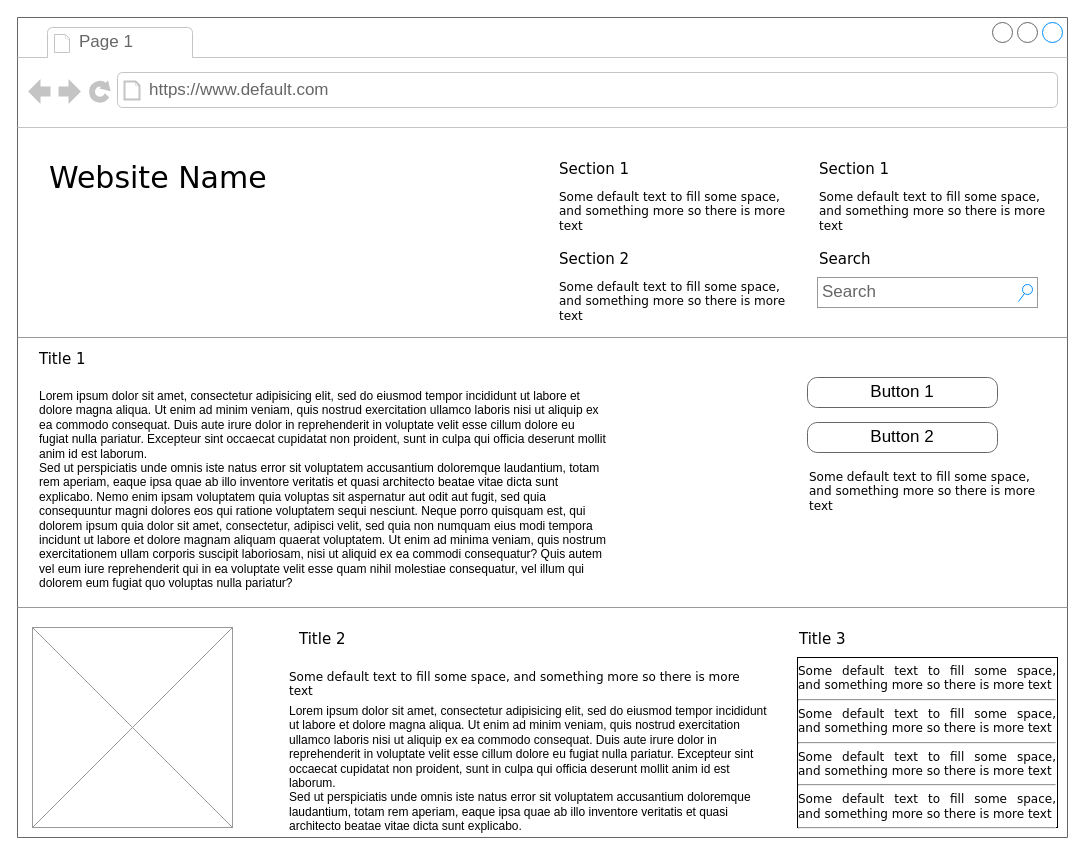
The draw.io diagram design/Homepage.drawio in fplan026/django-autogrem, before the edit. Source tidied: cells renumbered, new cells numbered last; positions are measured from the earlier drawing's top-left corner, leaving out a move shared by most shapes. Both pictures are drawn from the tidied source at 100%, with x=0, y=0 at pixel (17, 17).
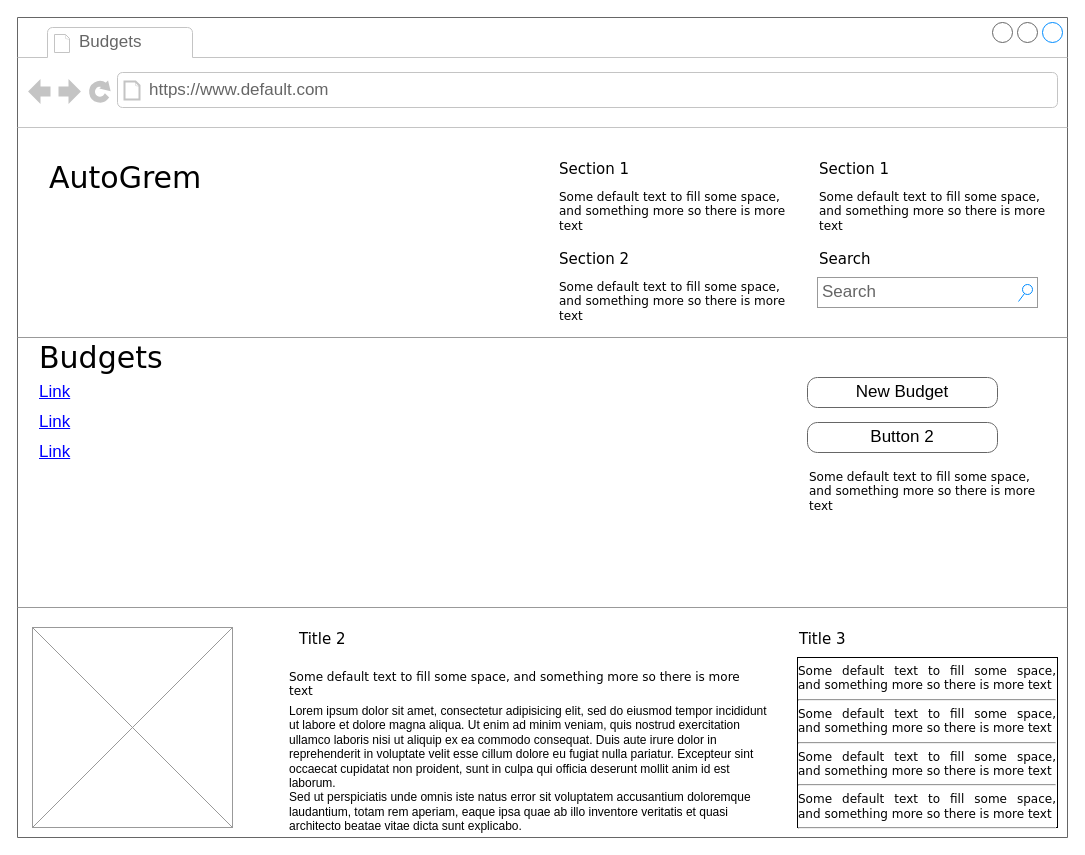
Above is the later version.

Unchanged cells that the change refers to:
```xml
<mxCell id="2" style="strokeWidth=1;shadow=0;dashed=0;align=center;html=1;shape=mxgraph.mockup.containers.browserWindow;rSize=0;strokeColor=#666666;mainText=,;rounded=0;labelBackgroundColor=none;fontFamily=Verdana;fontSize=12;" parent="1" vertex="1">
  <mxGeometry width="1050" height="820" as="geometry" />
</mxCell>
```

Change to the diagram source:
```diff
@@
-    <mxCell id="3" value="Page 1" style="strokeWidth=1;shadow=0;dashed=0;align=center;html=1;shape=mxgraph.mockup.containers.anchor;fontSize=17;fontColor=#666666;align=left;" parent="2" vertex="1">
+    <mxCell id="3" value="Budgets" style="strokeWidth=1;shadow=0;dashed=0;align=center;html=1;shape=mxgraph.mockup.containers.anchor;fontSize=17;fontColor=#666666;align=left;" parent="2" vertex="1">
       <mxGeometry x="60" y="12" width="110" height="26" as="geometry" />
     </mxCell>
@@
-    <mxCell id="5" value="Website Name" style="text;html=1;align=left;verticalAlign=top;spacingTop=-4;fontSize=30;fontFamily=Verdana;" parent="2" vertex="1">
+    <mxCell id="5" value="AutoGrem" style="text;html=1;align=left;verticalAlign=top;spacingTop=-4;fontSize=30;fontFamily=Verdana;" parent="2" vertex="1">
       <mxGeometry x="30" y="140" width="340" height="50" as="geometry" />
     </mxCell>
@@
-    <mxCell id="15" value="Title 1" style="text;html=1;align=left;verticalAlign=top;spacingTop=-4;fontSize=15;fontFamily=Verdana;" parent="2" vertex="1">
-      <mxGeometry x="20" y="330" width="170" height="30" as="geometry" />
-    </mxCell>
-    <mxCell id="16" value="Lorem ipsum dolor sit amet, consectetur adipisicing elit, sed do eiusmod tempor incididunt ut labore et dolore magna aliqua. Ut enim ad minim veniam, quis nostrud exercitation ullamco laboris nisi ut aliquip ex ea commodo consequat. Duis aute irure dolor in reprehenderit in voluptate velit esse cillum dolore eu fugiat nulla pariatur. Excepteur sint occaecat cupidatat non proident, sunt in culpa qui officia deserunt mollit anim id est laborum.&#10;Sed ut perspiciatis unde omnis iste natus error sit voluptatem accusantium doloremque laudantium, totam rem aperiam, eaque ipsa quae ab illo inventore veritatis et quasi architecto beatae vitae dicta sunt explicabo. Nemo enim ipsam voluptatem quia voluptas sit aspernatur aut odit aut fugit, sed quia consequuntur magni dolores eos qui ratione voluptatem sequi nesciunt. Neque porro quisquam est, qui dolorem ipsum quia dolor sit amet, consectetur, adipisci velit, sed quia non numquam eius modi tempora incidunt ut labore et dolore magnam aliquam quaerat voluptatem. Ut enim ad minima veniam, quis nostrum exercitationem ullam corporis suscipit laboriosam, nisi ut aliquid ex ea commodi consequatur? Quis autem vel eum iure reprehenderit qui in ea voluptate velit esse quam nihil molestiae consequatur, vel illum qui dolorem eum fugiat quo voluptas nulla pariatur?" style="text;spacingTop=-5;whiteSpace=wrap;html=1;align=left;fontSize=12;fontFamily=Helvetica;fillColor=none;strokeColor=none;rounded=0;shadow=1;labelBackgroundColor=none;" parent="2" vertex="1">
-      <mxGeometry x="20" y="370" width="570" height="240" as="geometry" />
-    </mxCell>
-    <mxCell id="17" value="Button 1" style="strokeWidth=1;shadow=0;dashed=0;align=center;html=1;shape=mxgraph.mockup.buttons.button;strokeColor=#666666;mainText=;buttonStyle=round;fontSize=17;fontStyle=0;fillColor=none;whiteSpace=wrap;rounded=0;labelBackgroundColor=none;" parent="2" vertex="1">
+    <mxCell id="17" value="New Budget" style="strokeWidth=1;shadow=0;dashed=0;align=center;html=1;shape=mxgraph.mockup.buttons.button;strokeColor=#666666;mainText=;buttonStyle=round;fontSize=17;fontStyle=0;fillColor=default;whiteSpace=wrap;rounded=0;labelBackgroundColor=none;fillStyle=solid;" parent="2" vertex="1">
       <mxGeometry x="790" y="360" width="190" height="30" as="geometry" />
     </mxCell>
@@
+    <mxCell id="27" value="Link" style="shape=rectangle;strokeColor=none;fillColor=none;linkText=;fontSize=17;fontColor=#0000ff;fontStyle=4;html=1;align=left;" parent="2" vertex="1">
+      <mxGeometry x="20" y="360" width="150" height="30" as="geometry" />
+    </mxCell>
+    <mxCell id="28" value="Link" style="shape=rectangle;strokeColor=none;fillColor=none;linkText=;fontSize=17;fontColor=#0000ff;fontStyle=4;html=1;align=left;" parent="2" vertex="1">
+      <mxGeometry x="20" y="390" width="150" height="30" as="geometry" />
+    </mxCell>
+    <mxCell id="29" value="Link" style="shape=rectangle;strokeColor=none;fillColor=none;linkText=;fontSize=17;fontColor=#0000ff;fontStyle=4;html=1;align=left;" parent="2" vertex="1">
+      <mxGeometry x="20" y="420" width="150" height="30" as="geometry" />
+    </mxCell>
+    <mxCell id="30" value="Budgets" style="text;html=1;align=left;verticalAlign=top;spacingTop=-4;fontSize=30;fontFamily=Verdana;" parent="2" vertex="1">
+      <mxGeometry x="20" y="320" width="340" height="50" as="geometry" />
+    </mxCell>
```
